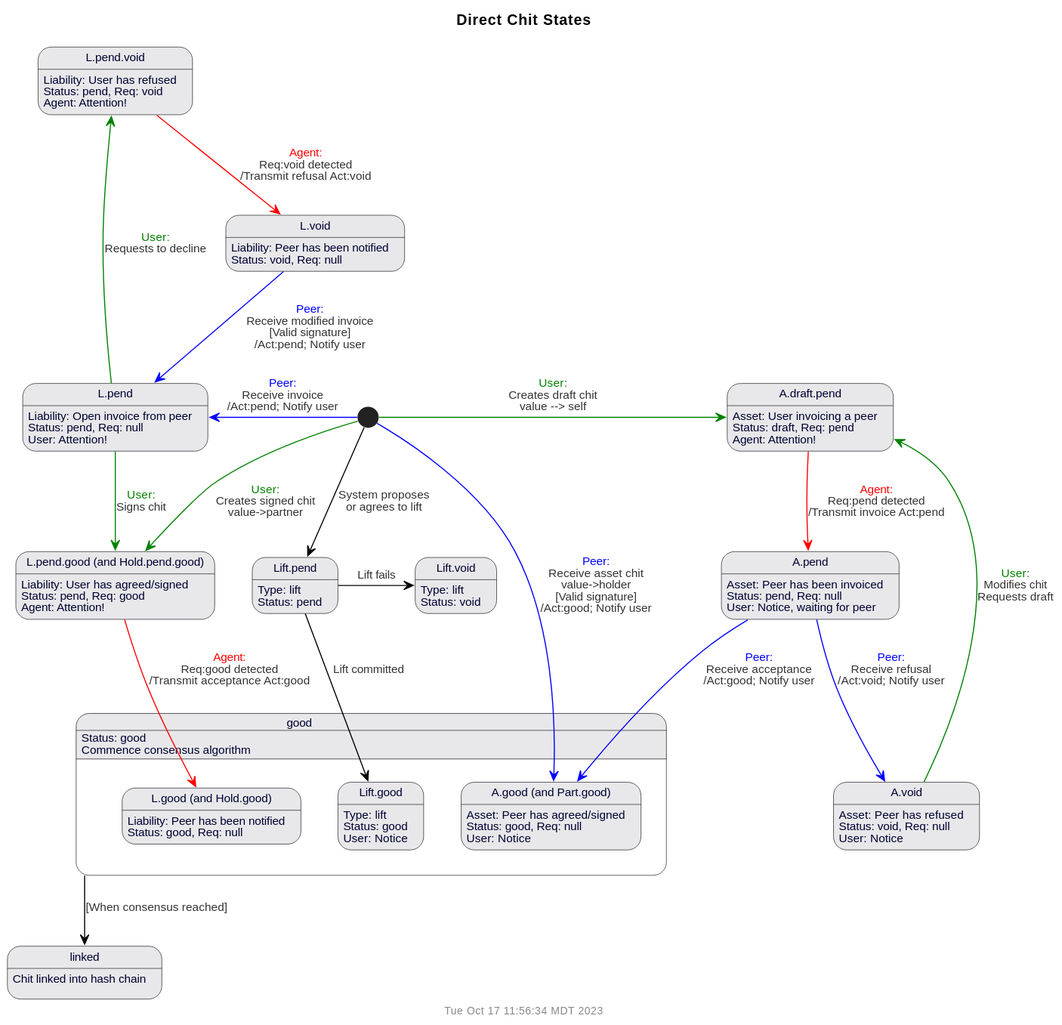
Before: doc/uml/state-chit.svg, a diagram exported from PlantUML (gotchoices/MyCHIPs).
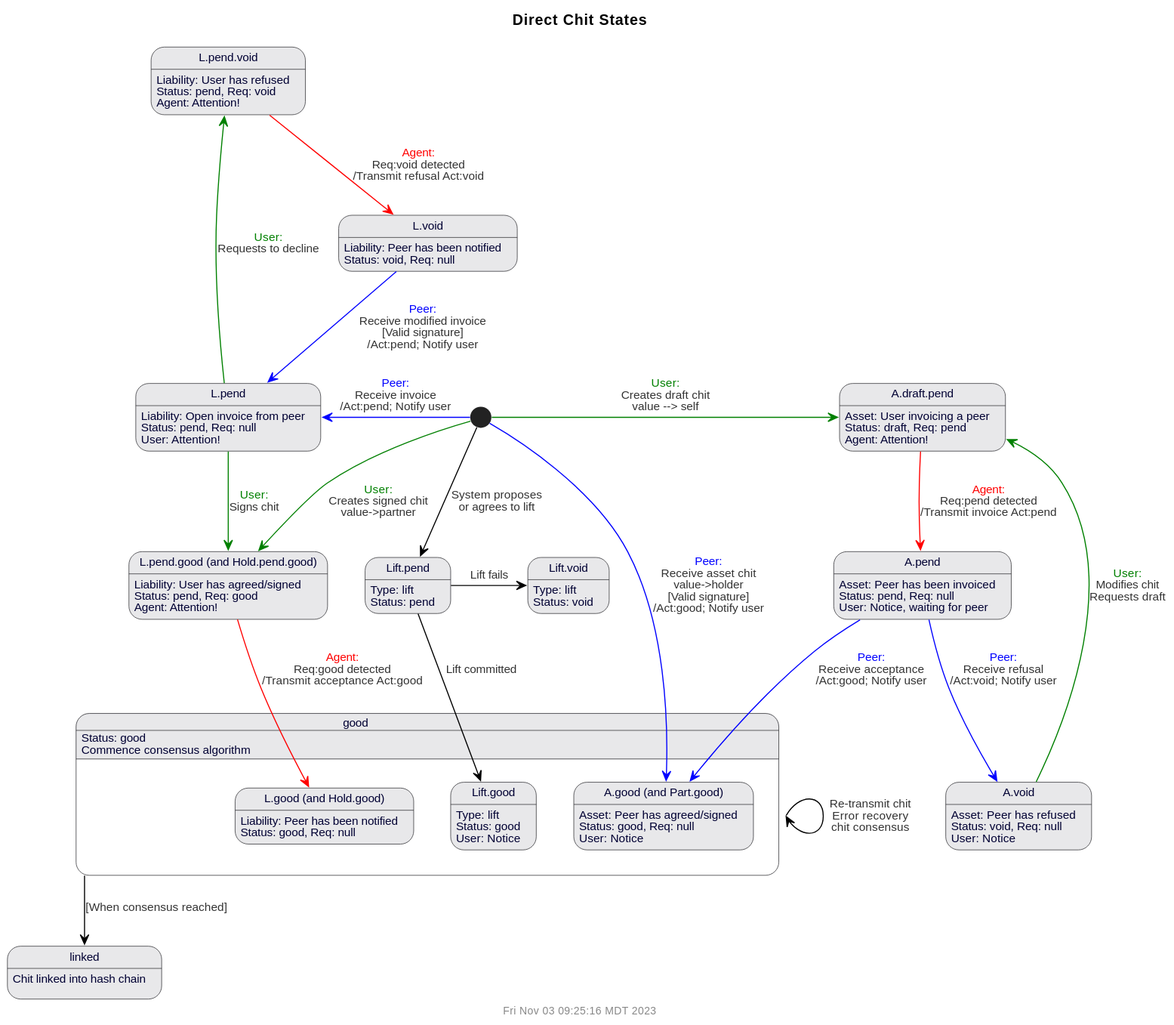
The same diagram one commit later.

Diff of the diagram source:
```diff
@@ -82,4 +82,6 @@
 [*] -right-> liftPend : System proposes\nor agrees to lift
 liftPend -right-> liftVoid : Lift fails
 liftPend --> liftGood : Lift committed
+
+good --> good : Re-transmit chit\nError recovery\nchit consensus
 @enduml
```
